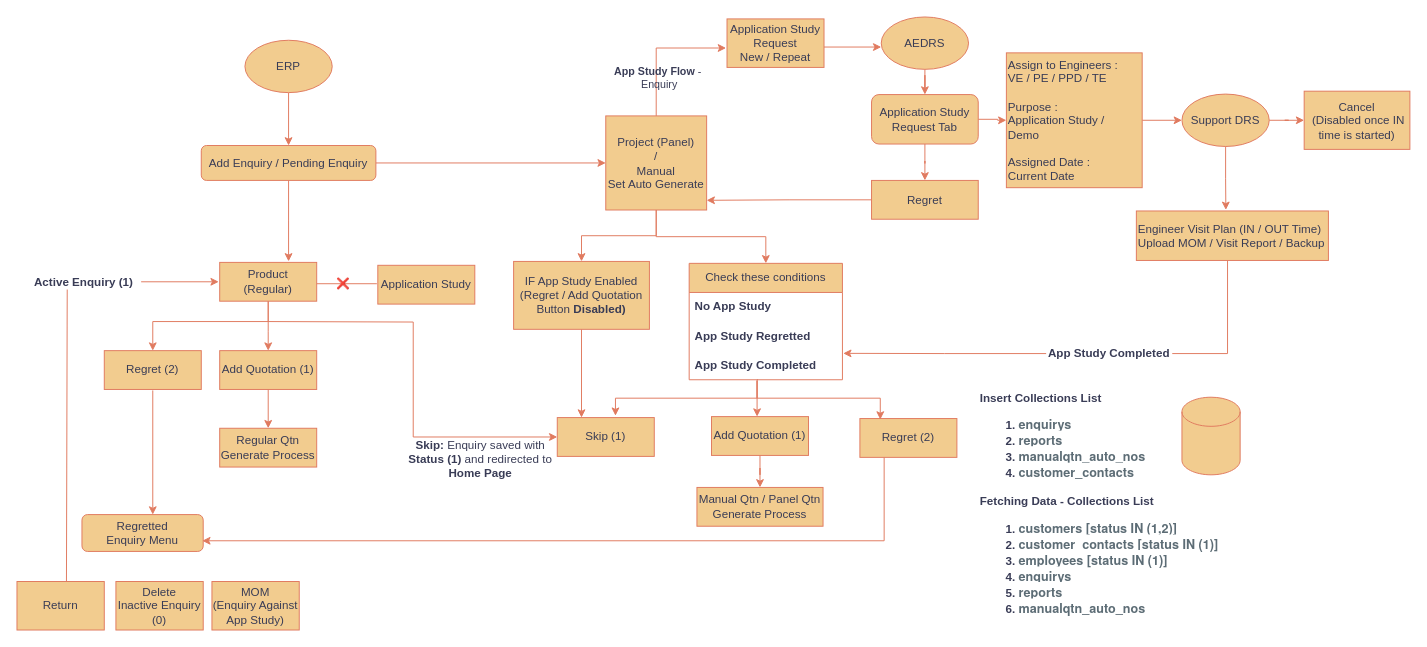
Earlier version of the draw.io diagram page "Add Enquiry / Pending Enquiry" (2 of 9) of ERP_FLOW.drawio (Sathyapriya30/MERN_CRUD_BACKEND). Source tidied: cells renumbered, new cells numbered last; positions are measured from the earlier drawing's top-left corner, leaving out a move shared by most shapes. Both pictures are drawn from the tidied source at 97%, with x=0, y=0 at pixel (16, 16).
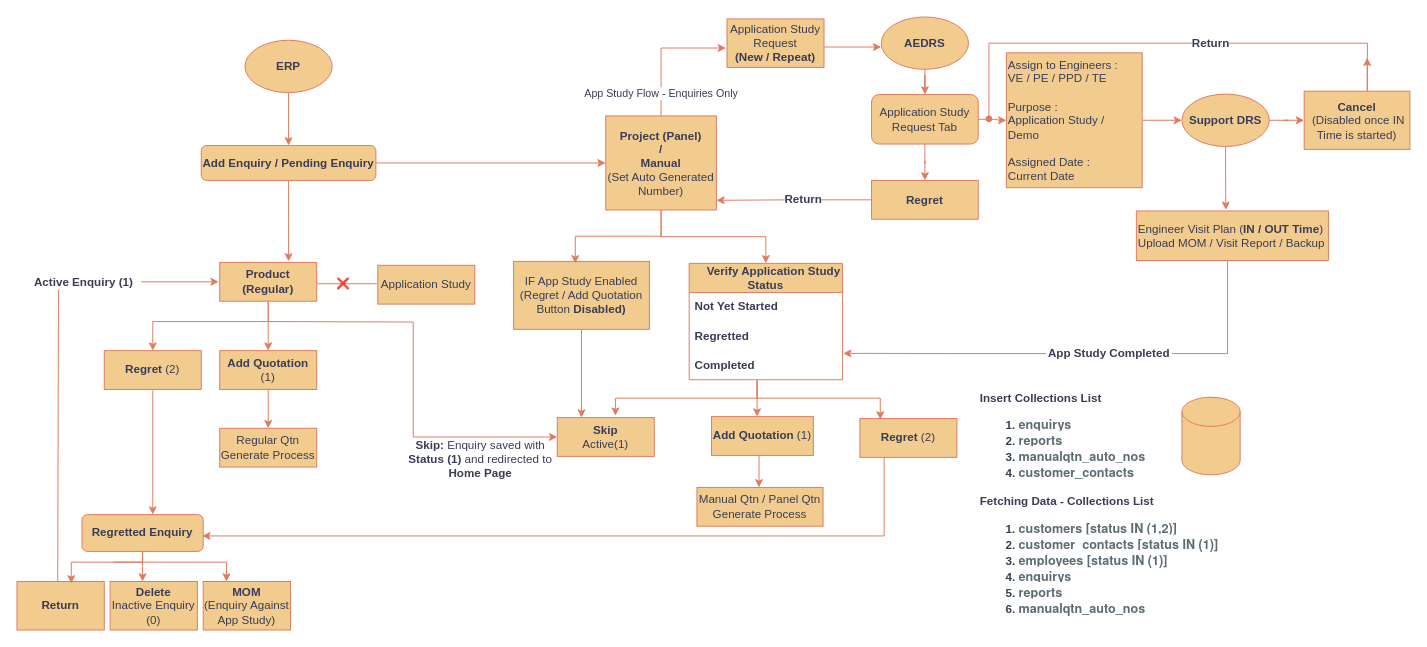
Above is the later version.

Unchanged cells that the change refers to:
```xml
<mxCell id="44" value="IF App Study Enabled&lt;br&gt;(Regret / Add Quotation Button &lt;b&gt;Disabled)&lt;/b&gt;" style="rounded=0;whiteSpace=wrap;html=1;labelBackgroundColor=none;fillColor=#F2CC8F;strokeColor=#E07A5F;fontColor=#393C56;" parent="1" vertex="1">
  <mxGeometry x="512" y="252" width="140" height="70" as="geometry" />
</mxCell>
<mxCell id="55" value="Manual Qtn / Panel Qtn Generate Process" style="rounded=0;whiteSpace=wrap;html=1;labelBackgroundColor=none;fillColor=#F2CC8F;strokeColor=#E07A5F;fontColor=#393C56;" parent="1" vertex="1">
  <mxGeometry x="701" y="485" width="130" height="40" as="geometry" />
</mxCell>
```

The edit, as a diff of the source:
```diff
@@
-    <mxCell id="4" value="Add Enquiry / Pending Enquiry" style="rounded=1;whiteSpace=wrap;html=1;labelBackgroundColor=none;fillColor=#F2CC8F;strokeColor=#E07A5F;fontColor=#393C56;" parent="1" vertex="1">
+    <mxCell id="4" value="&lt;b&gt;Add Enquiry / Pending Enquiry&lt;/b&gt;" style="rounded=1;whiteSpace=wrap;html=1;labelBackgroundColor=none;fillColor=#F2CC8F;strokeColor=#E07A5F;fontColor=#393C56;" parent="1" vertex="1">
       <mxGeometry x="190" y="132.5" width="180" height="36" as="geometry" />
     </mxCell>
@@
-    <mxCell id="8" value="Product&lt;br&gt;(Regular)" style="rounded=0;whiteSpace=wrap;html=1;labelBackgroundColor=none;fillColor=#F2CC8F;strokeColor=#E07A5F;fontColor=#393C56;" parent="1" vertex="1">
+    <mxCell id="8" value="&lt;b&gt;Product&lt;br&gt;(Regular)&lt;/b&gt;" style="rounded=0;whiteSpace=wrap;html=1;labelBackgroundColor=none;fillColor=#F2CC8F;strokeColor=#E07A5F;fontColor=#393C56;" parent="1" vertex="1">
       <mxGeometry x="209" y="253" width="100" height="40" as="geometry" />
     </mxCell>
@@
-    <mxCell id="10" value="Add Quotation (1)" style="rounded=0;whiteSpace=wrap;html=1;labelBackgroundColor=none;fillColor=#F2CC8F;strokeColor=#E07A5F;fontColor=#393C56;" parent="1" vertex="1">
+    <mxCell id="10" value="&lt;b&gt;Add Quotation&lt;/b&gt; (1)" style="rounded=0;whiteSpace=wrap;html=1;labelBackgroundColor=none;fillColor=#F2CC8F;strokeColor=#E07A5F;fontColor=#393C56;" parent="1" vertex="1">
       <mxGeometry x="209" y="344" width="100" height="40" as="geometry" />
     </mxCell>
+    <mxCell id="69" style="edgeStyle=orthogonalEdgeStyle;rounded=0;orthogonalLoop=1;jettySize=auto;html=1;strokeColor=#E07A5F;fontColor=#393C56;fillColor=#F2CC8F;" parent="1" edge="1">
+      <mxGeometry relative="1" as="geometry">
+        <mxPoint x="99" y="562" as="sourcePoint" />
+        <mxPoint x="216" y="582" as="targetPoint" />
+        <Array as="points">
+          <mxPoint x="100" y="562" />
+          <mxPoint x="216" y="562" />
+        </Array>
+      </mxGeometry>
+    </mxCell>
+    <mxCell id="70" style="edgeStyle=orthogonalEdgeStyle;rounded=0;orthogonalLoop=1;jettySize=auto;html=1;entryX=0.25;entryY=0;entryDx=0;entryDy=0;strokeColor=#E07A5F;fontColor=#393C56;fillColor=#F2CC8F;" parent="1" edge="1">
+      <mxGeometry relative="1" as="geometry">
+        <mxPoint x="134.5" y="551" as="sourcePoint" />
+        <mxPoint x="129.5" y="582" as="targetPoint" />
+      </mxGeometry>
+    </mxCell>
-    <mxCell id="11" value="Regretted Enquiry&amp;nbsp;Menu" style="rounded=1;whiteSpace=wrap;html=1;labelBackgroundColor=none;fillColor=#F2CC8F;strokeColor=#E07A5F;fontColor=#393C56;" parent="1" vertex="1">
+    <mxCell id="11" value="&lt;b&gt;Regretted Enquiry&lt;/b&gt;" style="rounded=1;whiteSpace=wrap;html=1;labelBackgroundColor=none;fillColor=#F2CC8F;strokeColor=#E07A5F;fontColor=#393C56;" parent="1" vertex="1">
       <mxGeometry x="67" y="513" width="125" height="38" as="geometry" />
     </mxCell>
@@
-    <mxCell id="17" value="Regret (2)" style="rounded=0;whiteSpace=wrap;html=1;labelBackgroundColor=none;fillColor=#F2CC8F;strokeColor=#E07A5F;fontColor=#393C56;" parent="1" vertex="1">
+    <mxCell id="17" value="&lt;b&gt;Regret&lt;/b&gt; (2)" style="rounded=0;whiteSpace=wrap;html=1;labelBackgroundColor=none;fillColor=#F2CC8F;strokeColor=#E07A5F;fontColor=#393C56;" parent="1" vertex="1">
       <mxGeometry x="90" y="344" width="100" height="40" as="geometry" />
     </mxCell>
@@
-    <mxCell id="20" style="edgeStyle=orthogonalEdgeStyle;rounded=0;jettySize=auto;html=1;entryX=0.5;entryY=0;entryDx=0;entryDy=0;labelBackgroundColor=none;strokeColor=#E07A5F;fontColor=default;" parent="1" edge="1" source="22" target="44">
-      <mxGeometry relative="1" as="geometry" />
-    </mxCell>
@@
-    <mxCell id="22" value="Project (Panel)&lt;br&gt;/&lt;br&gt;Manual&lt;br&gt;Set Auto Generate" style="rounded=0;whiteSpace=wrap;html=1;labelBackgroundColor=none;fillColor=#F2CC8F;strokeColor=#E07A5F;fontColor=#393C56;" parent="1" vertex="1">
-      <mxGeometry x="607" y="102" width="104" height="97" as="geometry" />
+    <mxCell id="22" value="&lt;b&gt;Project (Panel)&lt;br&gt;/&lt;br&gt;Manual&lt;br&gt;&lt;/b&gt;&lt;div&gt;(Set Auto Generated&lt;/div&gt;&lt;div&gt;Number)&lt;/div&gt;" style="rounded=0;whiteSpace=wrap;html=1;labelBackgroundColor=none;fillColor=#F2CC8F;strokeColor=#E07A5F;fontColor=#393C56;" parent="1" vertex="1">
+      <mxGeometry x="607" y="102" width="114" height="97" as="geometry" />
     </mxCell>
-    <mxCell id="23" style="edgeStyle=orthogonalEdgeStyle;rounded=0;jettySize=auto;html=1;strokeColor=#E07A5F;fontColor=default;fillColor=#F2CC8F;labelBackgroundColor=none;" parent="1" edge="1" source="24">
+    <mxCell id="23" style="edgeStyle=orthogonalEdgeStyle;rounded=0;orthogonalLoop=1;jettySize=auto;html=1;strokeColor=#E07A5F;fontColor=default;fillColor=#F2CC8F;labelBackgroundColor=none;" parent="1" edge="1">
       <mxGeometry relative="1" as="geometry">
-        <mxPoint x="191" y="540" as="targetPoint" />
+        <mxPoint x="894" y="449" as="sourcePoint" />
+        <mxPoint x="191" y="535" as="targetPoint" />
         <Array as="points">
-          <mxPoint x="894" y="540" />
+          <mxPoint x="894" y="535" />
         </Array>
       </mxGeometry>
     </mxCell>
-    <mxCell id="24" value="Regret (2)" style="rounded=0;whiteSpace=wrap;html=1;labelBackgroundColor=none;fillColor=#F2CC8F;strokeColor=#E07A5F;fontColor=#393C56;" parent="1" vertex="1">
+    <mxCell id="24" value="&lt;b&gt;Regret&lt;/b&gt; (2)" style="rounded=0;whiteSpace=wrap;html=1;labelBackgroundColor=none;fillColor=#F2CC8F;strokeColor=#E07A5F;fontColor=#393C56;" parent="1" vertex="1">
       <mxGeometry x="869" y="414" width="100" height="40" as="geometry" />
     </mxCell>
-    <mxCell id="25" style="edgeStyle=orthogonalEdgeStyle;rounded=0;jettySize=auto;html=1;entryX=0.5;entryY=0;entryDx=0;entryDy=0;labelBackgroundColor=none;strokeColor=#E07A5F;fontColor=default;" parent="1" edge="1" source="26" target="55">
-      <mxGeometry relative="1" as="geometry" />
+    <mxCell id="25" style="edgeStyle=orthogonalEdgeStyle;rounded=0;orthogonalLoop=1;jettySize=auto;html=1;entryX=0.5;entryY=0;entryDx=0;entryDy=0;labelBackgroundColor=none;strokeColor=#E07A5F;fontColor=default;" parent="1" edge="1">
+      <mxGeometry relative="1" as="geometry">
+        <mxPoint x="767.5" y="452" as="sourcePoint" />
+        <mxPoint x="765" y="485" as="targetPoint" />
+      </mxGeometry>
     </mxCell>
-    <mxCell id="26" value="Add Quotation (1)" style="rounded=0;whiteSpace=wrap;html=1;labelBackgroundColor=none;fillColor=#F2CC8F;strokeColor=#E07A5F;fontColor=#393C56;" parent="1" vertex="1">
-      <mxGeometry x="716" y="412" width="100" height="40" as="geometry" />
+    <mxCell id="26" value="&lt;b&gt;Add Quotation&lt;/b&gt; (1)" style="rounded=0;whiteSpace=wrap;html=1;labelBackgroundColor=none;fillColor=#F2CC8F;strokeColor=#E07A5F;fontColor=#393C56;" parent="1" vertex="1">
+      <mxGeometry x="716" y="412" width="105" height="40" as="geometry" />
     </mxCell>
-    <mxCell id="27" value="Skip (1)" style="rounded=0;whiteSpace=wrap;html=1;labelBackgroundColor=none;fillColor=#F2CC8F;strokeColor=#E07A5F;fontColor=#393C56;" parent="1" vertex="1">
+    <mxCell id="27" value="&lt;b&gt;Skip&lt;/b&gt;&lt;br&gt;Active(1)" style="rounded=0;whiteSpace=wrap;html=1;labelBackgroundColor=none;fillColor=#F2CC8F;strokeColor=#E07A5F;fontColor=#393C56;" parent="1" vertex="1">
       <mxGeometry x="557" y="413" width="100" height="40" as="geometry" />
     </mxCell>
@@
-    <mxCell id="29" value="Application Study Request&lt;br&gt;New / Repeat" style="rounded=0;whiteSpace=wrap;html=1;labelBackgroundColor=none;fillColor=#F2CC8F;strokeColor=#E07A5F;fontColor=#393C56;" parent="1" vertex="1">
+    <mxCell id="29" value="Application Study Request&lt;br&gt;&lt;b&gt;(New / Repeat)&lt;/b&gt;" style="rounded=0;whiteSpace=wrap;html=1;labelBackgroundColor=none;fillColor=#F2CC8F;strokeColor=#E07A5F;fontColor=#393C56;" parent="1" vertex="1">
       <mxGeometry x="732" y="2" width="100" height="50" as="geometry" />
     </mxCell>
@@
-    <mxCell id="36" value="AEDRS" style="ellipse;whiteSpace=wrap;html=1;labelBackgroundColor=none;fillColor=#F2CC8F;strokeColor=#E07A5F;fontColor=#393C56;" parent="1" vertex="1">
+    <mxCell id="36" value="&lt;b&gt;AEDRS&lt;/b&gt;" style="ellipse;whiteSpace=wrap;html=1;labelBackgroundColor=none;fillColor=#F2CC8F;strokeColor=#E07A5F;fontColor=#393C56;" parent="1" vertex="1">
       <mxGeometry x="891" width="90" height="54" as="geometry" />
     </mxCell>
@@
-    <mxCell id="38" value="ERP" style="ellipse;whiteSpace=wrap;html=1;labelBackgroundColor=none;fillColor=#F2CC8F;strokeColor=#E07A5F;fontColor=#393C56;" parent="1" vertex="1">
+    <mxCell id="38" value="&lt;b&gt;ERP&lt;/b&gt;" style="ellipse;whiteSpace=wrap;html=1;labelBackgroundColor=none;fillColor=#F2CC8F;strokeColor=#E07A5F;fontColor=#393C56;" parent="1" vertex="1">
       <mxGeometry x="235" y="24" width="90" height="54" as="geometry" />
     </mxCell>
@@
-    <mxCell id="40" value="Support&amp;nbsp;DRS" style="ellipse;whiteSpace=wrap;html=1;labelBackgroundColor=none;fillColor=#F2CC8F;strokeColor=#E07A5F;fontColor=#393C56;" parent="1" vertex="1">
+    <mxCell id="40" value="&lt;b&gt;Support&amp;nbsp;DRS&lt;/b&gt;" style="ellipse;whiteSpace=wrap;html=1;labelBackgroundColor=none;fillColor=#F2CC8F;strokeColor=#E07A5F;fontColor=#393C56;" parent="1" vertex="1">
       <mxGeometry x="1201" y="79.5" width="90" height="54" as="geometry" />
     </mxCell>
+    <mxCell id="71" style="edgeStyle=orthogonalEdgeStyle;rounded=0;jettySize=auto;html=1;strokeColor=#E07A5F;fontColor=#393C56;fillColor=#F2CC8F;exitX=0.598;exitY=0.042;exitDx=0;exitDy=0;exitPerimeter=0;endArrow=oval;endFill=1;" parent="1" edge="1" source="41">
+      <mxGeometry relative="1" as="geometry">
+        <mxPoint x="1002" y="105" as="targetPoint" />
+        <Array as="points">
+          <mxPoint x="1392" y="27" />
+          <mxPoint x="1002" y="27" />
+        </Array>
+      </mxGeometry>
+    </mxCell>
+    <mxCell id="72" style="edgeStyle=orthogonalEdgeStyle;rounded=0;orthogonalLoop=1;jettySize=auto;html=1;strokeColor=#E07A5F;fontColor=#393C56;fillColor=#F2CC8F;" parent="1" edge="1">
+      <mxGeometry relative="1" as="geometry">
+        <mxPoint x="1392" y="76.5" as="sourcePoint" />
+        <mxPoint x="1392" y="42" as="targetPoint" />
+        <Array as="points">
+          <mxPoint x="1392" y="62" />
+          <mxPoint x="1392" y="62" />
+        </Array>
+      </mxGeometry>
+    </mxCell>
-    <mxCell id="41" value="&lt;div&gt;Cancel&lt;/div&gt;&lt;div&gt;&amp;nbsp;(Disabled once IN time is started)&lt;/div&gt;" style="whiteSpace=wrap;html=1;labelBackgroundColor=none;fillColor=#F2CC8F;strokeColor=#E07A5F;fontColor=#393C56;" parent="1" vertex="1">
+    <mxCell id="41" value="&lt;div&gt;&lt;b&gt;Cancel&lt;/b&gt;&lt;/div&gt;&lt;div&gt;&amp;nbsp;(Disabled once IN Time is started)&lt;/div&gt;" style="whiteSpace=wrap;html=1;labelBackgroundColor=none;fillColor=#F2CC8F;strokeColor=#E07A5F;fontColor=#393C56;" parent="1" vertex="1">
       <mxGeometry x="1327" y="76.5" width="109" height="60" as="geometry" />
     </mxCell>
-    <mxCell id="42" value="&lt;div&gt;Engineer Visit Plan (IN / OUT Time)&lt;/div&gt;&lt;div&gt;Upload MOM / Visit Report / Backup&lt;/div&gt;" style="whiteSpace=wrap;html=1;labelBackgroundColor=none;fillColor=#F2CC8F;strokeColor=#E07A5F;fontColor=#393C56;align=left;" parent="1" vertex="1">
+    <mxCell id="42" value="&lt;div&gt;Engineer Visit Plan (&lt;b&gt;IN / OUT Time&lt;/b&gt;)&lt;/div&gt;&lt;div&gt;Upload MOM / Visit Report / Backup&lt;/div&gt;" style="whiteSpace=wrap;html=1;labelBackgroundColor=none;fillColor=#F2CC8F;strokeColor=#E07A5F;fontColor=#393C56;align=left;" parent="1" vertex="1">
       <mxGeometry x="1154" y="200" width="198" height="51" as="geometry" />
     </mxCell>
@@
-    <mxCell id="47" value="Check these conditions" style="swimlane;fontStyle=0;horizontal=1;startSize=30;whiteSpace=wrap;html=1;labelBackgroundColor=none;fillColor=#F2CC8F;strokeColor=#E07A5F;fontColor=#393C56;" parent="1" vertex="1">
+    <mxCell id="47" value="&lt;b&gt;&amp;nbsp; &amp;nbsp; &amp;nbsp;Verify Application Study Status&lt;/b&gt;" style="swimlane;fontStyle=0;horizontal=1;startSize=30;whiteSpace=wrap;html=1;labelBackgroundColor=none;fillColor=#F2CC8F;strokeColor=#E07A5F;fontColor=#393C56;" parent="1" vertex="1">
       <mxGeometry x="693" y="254" width="158" height="120" as="geometry" />
     </mxCell>
-    <mxCell id="48" value="&lt;b&gt;No App Study&amp;nbsp;&lt;/b&gt;" style="text;strokeColor=none;fillColor=none;align=left;verticalAlign=middle;spacingLeft=4;spacingRight=4;overflow=hidden;whiteSpace=wrap;html=1;labelBackgroundColor=none;fontColor=#393C56;" parent="47" vertex="1">
+    <mxCell id="48" value="Not Yet Started" style="text;strokeColor=none;fillColor=none;align=left;verticalAlign=middle;spacingLeft=4;spacingRight=4;overflow=hidden;whiteSpace=wrap;html=1;labelBackgroundColor=none;fontColor=#393C56;fontStyle=1;" parent="47" vertex="1">
       <mxGeometry y="30" width="158" height="30" as="geometry" />
     </mxCell>
-    <mxCell id="49" value="&lt;b&gt;App Study Regretted&lt;/b&gt;" style="text;strokeColor=none;fillColor=none;align=left;verticalAlign=middle;spacingLeft=4;spacingRight=4;overflow=hidden;whiteSpace=wrap;html=1;labelBackgroundColor=none;fontColor=#393C56;" parent="47" vertex="1">
+    <mxCell id="49" value="Regretted" style="text;strokeColor=none;fillColor=none;align=left;verticalAlign=middle;spacingLeft=4;spacingRight=4;overflow=hidden;whiteSpace=wrap;html=1;labelBackgroundColor=none;fontColor=#393C56;fontStyle=1;" parent="47" vertex="1">
       <mxGeometry y="60" width="158" height="30" as="geometry" />
     </mxCell>
-    <mxCell id="50" value="&lt;b&gt;App Study Completed&lt;/b&gt;" style="text;strokeColor=none;fillColor=none;align=left;verticalAlign=middle;spacingLeft=4;spacingRight=4;overflow=hidden;points=[[0,0.5],[1,0.5]];portConstraint=eastwest;whiteSpace=wrap;html=1;labelBackgroundColor=none;fontColor=#393C56;" parent="47" vertex="1">
+    <mxCell id="50" value="&lt;b&gt;Completed&lt;/b&gt;" style="text;strokeColor=none;fillColor=none;align=left;verticalAlign=middle;spacingLeft=4;spacingRight=4;overflow=hidden;points=[[0,0.5],[1,0.5]];portConstraint=eastwest;whiteSpace=wrap;html=1;labelBackgroundColor=none;fontColor=#393C56;" parent="47" vertex="1">
       <mxGeometry y="90" width="158" height="30" as="geometry" />
     </mxCell>
@@
-    <mxCell id="52" value="Regret" style="rounded=0;whiteSpace=wrap;html=1;labelBackgroundColor=none;fillColor=#F2CC8F;strokeColor=#E07A5F;fontColor=#393C56;" parent="1" vertex="1">
+    <mxCell id="52" value="&lt;b&gt;Regret&lt;/b&gt;" style="rounded=0;whiteSpace=wrap;html=1;labelBackgroundColor=none;fillColor=#F2CC8F;strokeColor=#E07A5F;fontColor=#393C56;" parent="1" vertex="1">
       <mxGeometry x="881" y="168.5" width="110" height="40" as="geometry" />
     </mxCell>
@@
     <mxCell id="56" style="endArrow=none;html=1;rounded=0;labelBackgroundColor=none;strokeColor=#E07A5F;fontColor=default;endFill=0;entryX=0.57;entryY=1.014;entryDx=0;entryDy=0;entryPerimeter=0;" parent="1" edge="1">
       <mxGeometry relative="1" as="geometry">
-        <mxPoint x="51" y="587" as="sourcePoint" />
-        <mxPoint x="51.8" y="281" as="targetPoint" />
+        <mxPoint x="42" y="587" as="sourcePoint" />
+        <mxPoint x="42.8" y="281" as="targetPoint" />
       </mxGeometry>
     </mxCell>
@@
     <mxCell id="62" style="endArrow=classic;html=1;rounded=0;strokeColor=#E07A5F;fontColor=default;fillColor=#F2CC8F;exitX=0.5;exitY=0;exitDx=0;exitDy=0;labelBackgroundColor=none;" parent="1" edge="1" source="22">
       <mxGeometry relative="1" as="geometry">
         <mxPoint x="731" y="32" as="targetPoint" />
         <Array as="points">
-          <mxPoint x="659" y="32" />
+          <mxPoint x="664" y="32" />
         </Array>
       </mxGeometry>
     </mxCell>
-    <mxCell id="63" value="&lt;div&gt;&lt;b&gt;App Study Flow&lt;/b&gt;&amp;nbsp;-&amp;nbsp;&lt;/div&gt;&lt;div&gt;Enquiry&lt;/div&gt;" style="edgeLabel;html=1;align=center;verticalAlign=middle;strokeColor=#E07A5F;fontColor=#393C56;fillColor=#F2CC8F;labelBackgroundColor=none;" parent="62" vertex="1">
+    <mxCell id="63" value="App Study Flow - Enquiries Only" style="edgeLabel;align=center;verticalAlign=middle;strokeColor=#E07A5F;fontColor=#393C56;fillColor=#F2CC8F;labelBackgroundColor=default;html=1;labelBorderColor=none;" parent="62" vertex="1">
       <mxGeometry relative="1" as="geometry">
-        <mxPoint x="1" y="30" as="offset" />
+        <mxPoint x="-1" y="45" as="offset" />
       </mxGeometry>
     </mxCell>
@@
-    <mxCell id="66" value="MOM&lt;br&gt;(Enquiry Against App Study)" style="rounded=0;whiteSpace=wrap;html=1;labelBackgroundColor=none;fillColor=#F2CC8F;strokeColor=#E07A5F;fontColor=#393C56;" parent="1" vertex="1">
-      <mxGeometry x="201" y="582" width="90" height="50" as="geometry" />
+    <mxCell id="66" value="&lt;b&gt;MOM&lt;/b&gt;&lt;br&gt;(Enquiry Against App Study)" style="rounded=0;whiteSpace=wrap;html=1;labelBackgroundColor=none;fillColor=#F2CC8F;strokeColor=#E07A5F;fontColor=#393C56;" parent="1" vertex="1">
+      <mxGeometry x="192" y="582" width="90" height="50" as="geometry" />
     </mxCell>
-    <mxCell id="67" value="Delete&lt;br&gt;Inactive Enquiry (0)" style="rounded=0;whiteSpace=wrap;html=1;labelBackgroundColor=none;fillColor=#F2CC8F;strokeColor=#E07A5F;fontColor=#393C56;" parent="1" vertex="1">
-      <mxGeometry x="102" y="582" width="90" height="50" as="geometry" />
+    <mxCell id="67" value="&lt;b&gt;Delete&lt;/b&gt;&lt;br&gt;Inactive Enquiry (0)" style="rounded=0;whiteSpace=wrap;html=1;labelBackgroundColor=none;fillColor=#F2CC8F;strokeColor=#E07A5F;fontColor=#393C56;" parent="1" vertex="1">
+      <mxGeometry x="96" y="582" width="90" height="50" as="geometry" />
     </mxCell>
-    <mxCell id="68" value="Return" style="rounded=0;whiteSpace=wrap;html=1;labelBackgroundColor=none;fillColor=#F2CC8F;strokeColor=#E07A5F;fontColor=#393C56;" parent="1" vertex="1">
+    <mxCell id="68" value="&lt;b&gt;Return&lt;/b&gt;" style="rounded=0;whiteSpace=wrap;html=1;labelBackgroundColor=none;fillColor=#F2CC8F;strokeColor=#E07A5F;fontColor=#393C56;" parent="1" vertex="1">
       <mxGeometry y="582" width="90" height="50" as="geometry" />
     </mxCell>
+    <mxCell id="73" style="edgeStyle=orthogonalEdgeStyle;rounded=0;jettySize=auto;html=1;entryX=0.622;entryY=0.04;entryDx=0;entryDy=0;entryPerimeter=0;strokeColor=#E07A5F;fontColor=#393C56;fillColor=#F2CC8F;" parent="1" edge="1" source="11" target="68">
+      <mxGeometry relative="1" as="geometry">
+        <Array as="points">
+          <mxPoint x="130" y="562" />
+          <mxPoint x="56" y="562" />
+        </Array>
+      </mxGeometry>
+    </mxCell>
+    <mxCell id="74" value="&lt;b&gt;Return&lt;/b&gt;" style="text;html=1;whiteSpace=wrap;strokeColor=none;fillColor=none;align=center;verticalAlign=middle;rounded=0;fontColor=#393C56;labelBackgroundColor=default;" parent="1" vertex="1">
+      <mxGeometry x="1201" y="12" width="60" height="30" as="geometry" />
+    </mxCell>
+    <mxCell id="75" value="&lt;b&gt;Return&lt;/b&gt;" style="text;html=1;whiteSpace=wrap;strokeColor=none;fillColor=none;align=center;verticalAlign=middle;rounded=0;fontColor=#393C56;labelBackgroundColor=default;" parent="1" vertex="1">
+      <mxGeometry x="781" y="173" width="60" height="30" as="geometry" />
+    </mxCell>
+    <mxCell id="20" style="edgeStyle=orthogonalEdgeStyle;rounded=0;jettySize=auto;html=1;entryX=0.454;entryY=0.029;entryDx=0;entryDy=0;entryPerimeter=0;strokeColor=#E07A5F;fontColor=#393C56;fillColor=#F2CC8F;" parent="1" edge="1" source="22" target="44">
+      <mxGeometry relative="1" as="geometry">
+        <Array as="points">
+          <mxPoint x="664" y="226" />
+          <mxPoint x="576" y="226" />
+        </Array>
+      </mxGeometry>
+    </mxCell>
```
